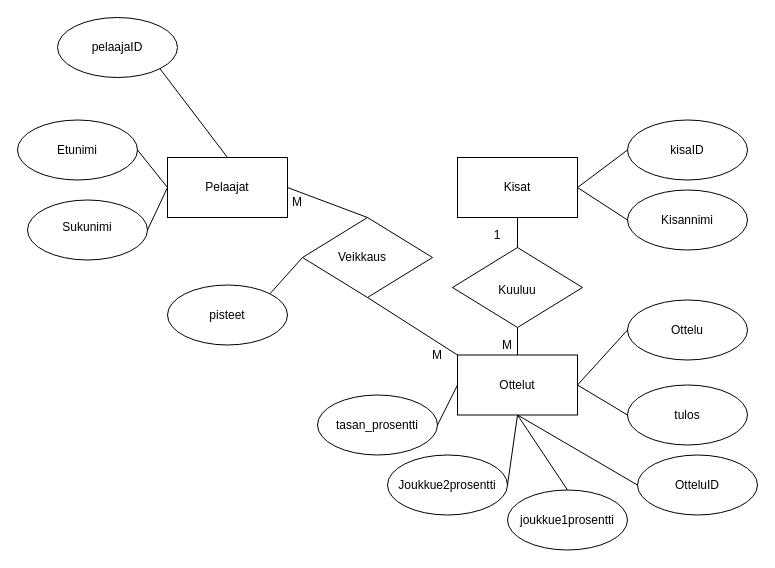
Before: latkaveikkaus.drawio in HyytJani/Latkaveikkaus, a draw.io diagram. Source tidied: cells renumbered, new cells numbered last; positions are measured from the earlier drawing's top-left corner, leaving out a move shared by most shapes. Both pictures are drawn from the tidied source at 100%, with x=0, y=0 at pixel (17, 17).
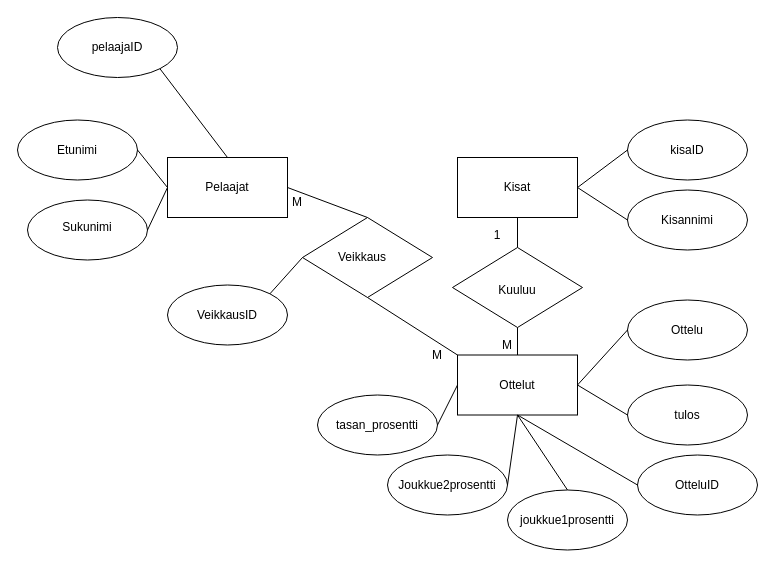
The same page after the edit.

Diff of the diagram source:
```diff
@@
-    <mxCell id="53" value="pisteet" style="text;html=1;strokeColor=none;fillColor=none;align=center;verticalAlign=middle;whiteSpace=wrap;rounded=0;" parent="1" vertex="1">
+    <mxCell id="53" value="VeikkausID" style="text;html=1;strokeColor=none;fillColor=none;align=center;verticalAlign=middle;whiteSpace=wrap;rounded=0;" parent="1" vertex="1">
       <mxGeometry x="180" y="282.5" width="60" height="30" as="geometry" />
     </mxCell>
```
